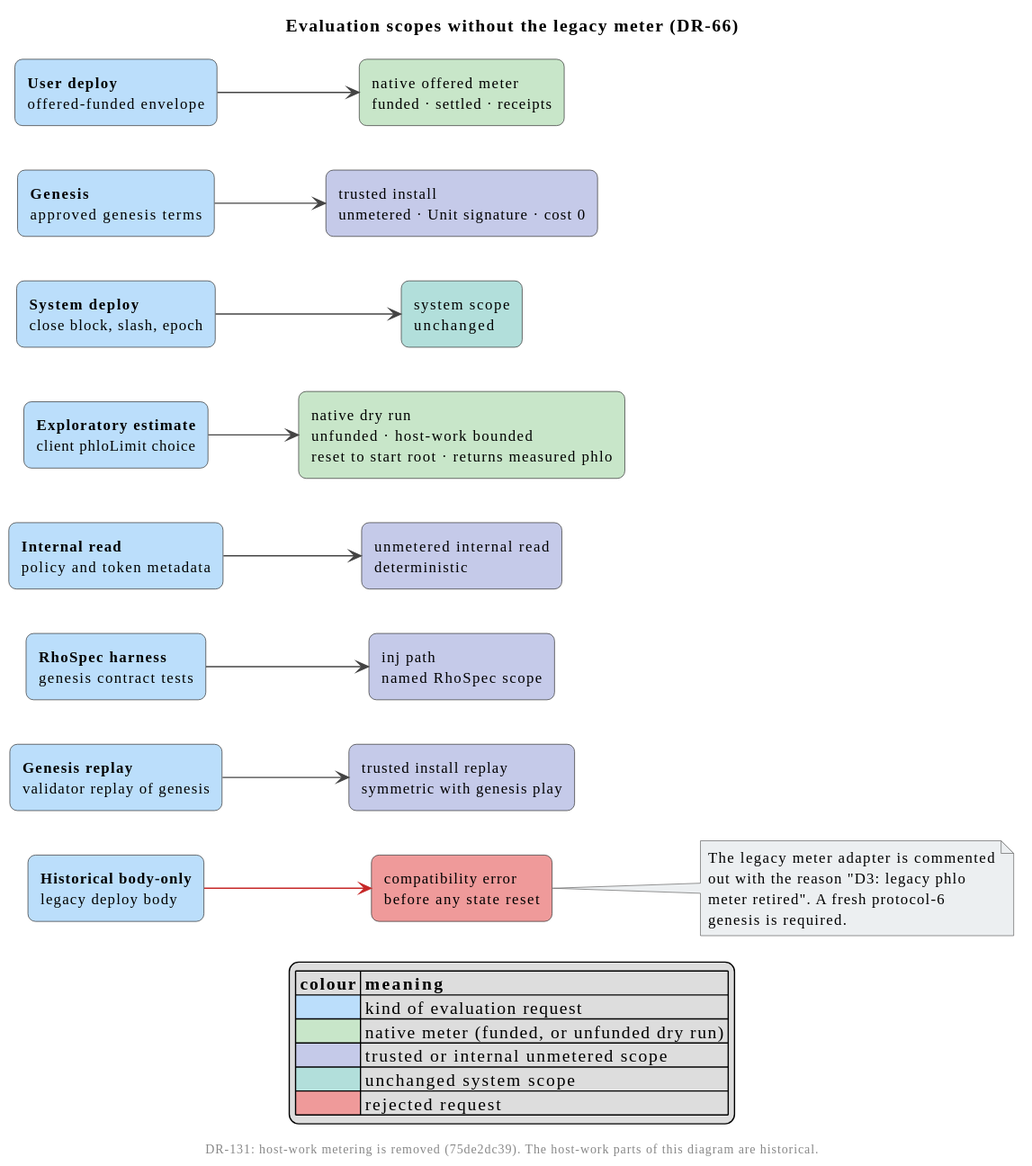
Above: docs/casper/theory/diagrams/offered-evaluation-scopes.svg in F1R3FLY-io/f1r3node-rust (PlantUML), before the change.
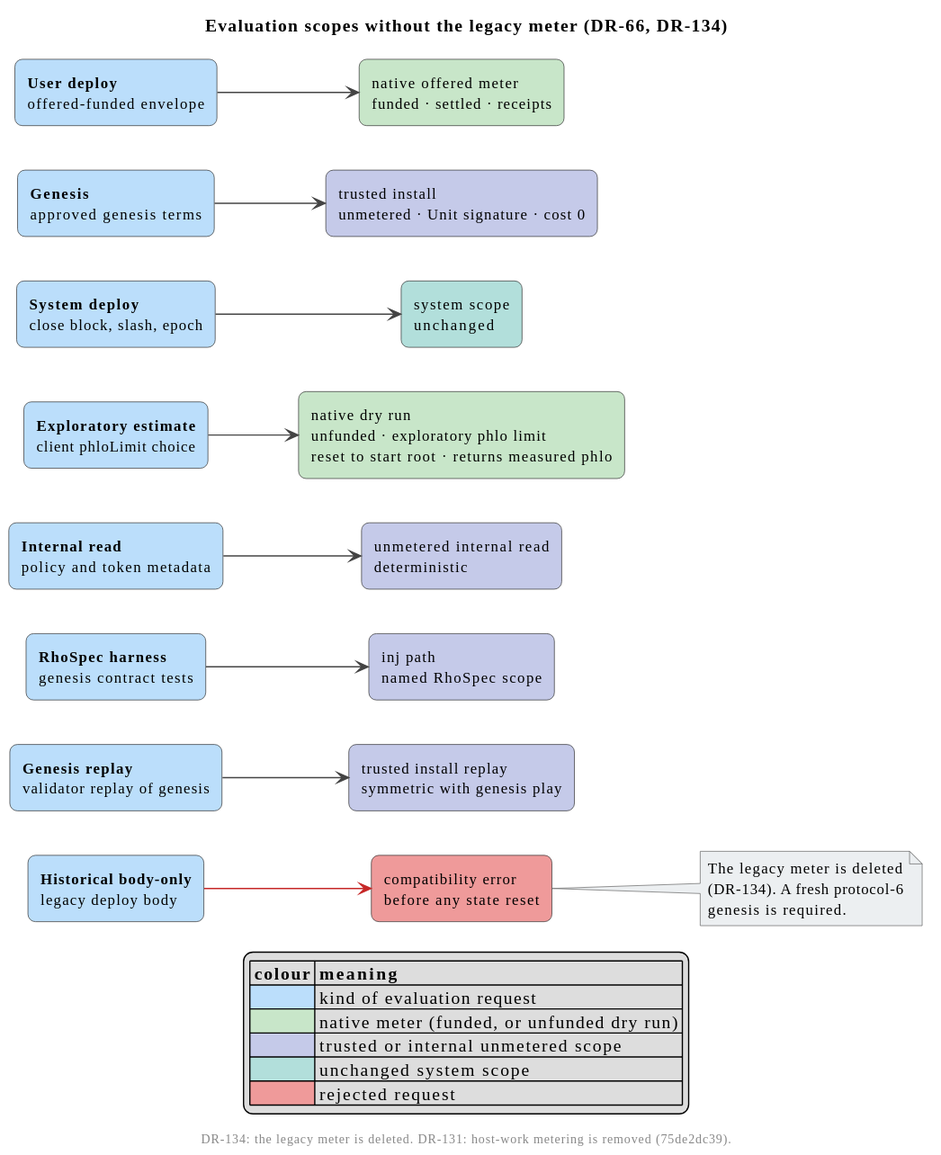
After the commit.

Diff of the diagram source:
```diff
@@ -7,8 +7,8 @@
 }
 skinparam ArrowColor $ca_neutral
 left to right direction
-title Evaluation scopes without the legacy meter (DR-66)
-footer DR-131: host-work metering is removed (75de2dc39). The host-work parts of this diagram are historical.
+title Evaluation scopes without the legacy meter (DR-66, DR-134)
+footer DR-134: the legacy meter is deleted. DR-131: host-work metering is removed (75de2dc39).
 
 rectangle "**Historical body-only**\nlegacy deploy body" as LegacyReq $ca_supply
 rectangle "**Genesis replay**\nvalidator replay of genesis" as GenesisReplayReq $ca_supply
@@ -23,7 +23,7 @@
 rectangle "trusted install replay\nsymmetric with genesis play" as TrustedReplay $ca_capability
 rectangle "inj path\nnamed RhoSpec scope" as InjPath $ca_capability
 rectangle "unmetered internal read\ndeterministic" as InternalRead $ca_capability
-rectangle "native dry run\nunfunded · host-work bounded\nreset to start root · returns measured phlo" as DryRun $ca_pool
+rectangle "native dry run\nunfunded · exploratory phlo limit\nreset to start root · returns measured phlo" as DryRun $ca_pool
 rectangle "system scope\nunchanged" as SystemScope $ca_gate
 rectangle "trusted install\nunmetered · Unit signature · cost 0" as TrustedInstall $ca_capability
 rectangle "native offered meter\nfunded · settled · receipts" as NativeFunded $ca_pool
@@ -38,9 +38,8 @@
 UserReq --> NativeFunded
 
 note right of Incompatible $ca_note_grey
-  The legacy meter adapter is commented
-  out with the reason "D3: legacy phlo
-  meter retired". A fresh protocol-6
+  The legacy meter is deleted
+  (DR-134). A fresh protocol-6
   genesis is required.
 end note
 
```
